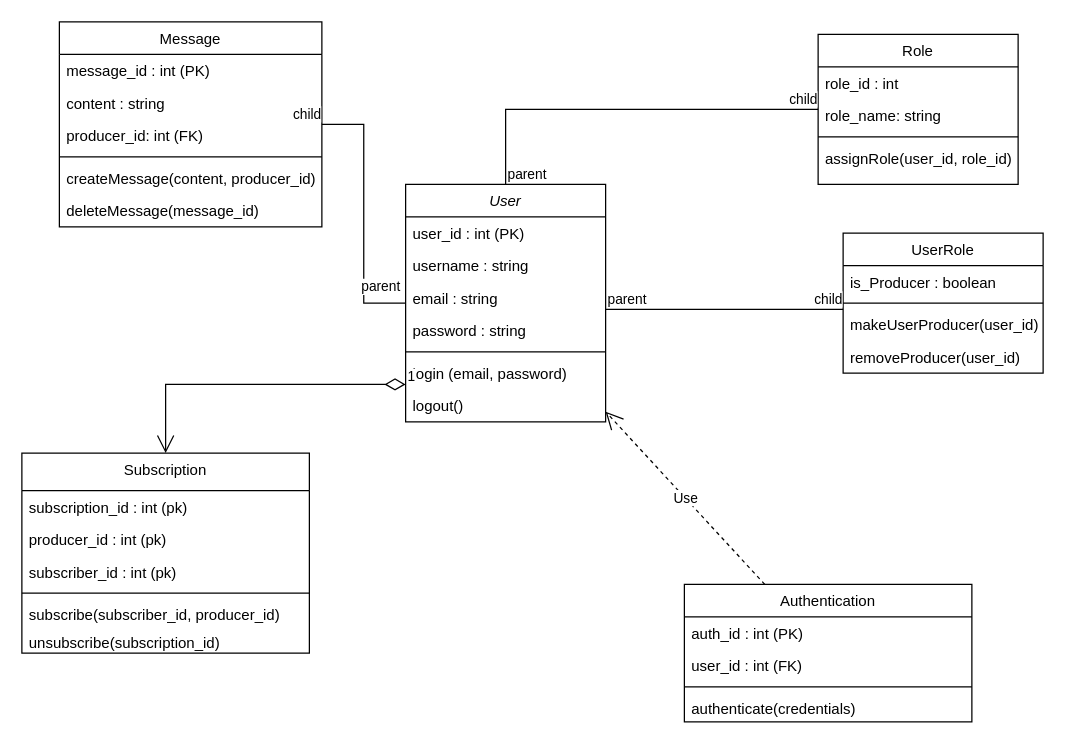
The draw.io diagram class diagram.drawio in anthony-som/usecase, before the edit. Source tidied: cells renumbered, new cells numbered last; positions are measured from the earlier drawing's top-left corner, leaving out a move shared by most shapes. Both pictures are drawn from the tidied source at 125%, with x=0, y=0 at pixel (21, 21).
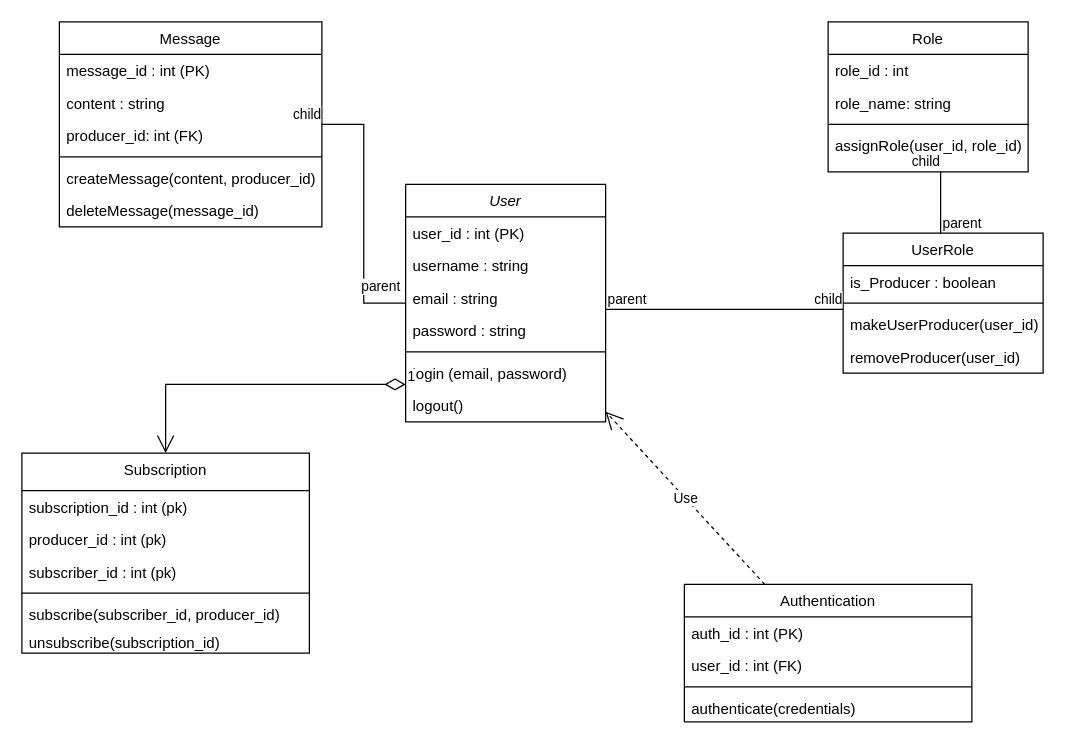
After the change.

The change refers to these unchanged cells:
```xml
<mxCell id="2" value="User" style="swimlane;fontStyle=2;align=center;verticalAlign=top;horizontal=1;startSize=26;rounded=0;shadow=0;strokeWidth=1;" parent="1" vertex="1">
  <mxGeometry x="307" y="130" width="160" height="190" as="geometry" />
</mxCell>
<mxCell id="17" value="UserRole" style="swimlane;fontStyle=0;align=center;verticalAlign=top;horizontal=1;startSize=26;rounded=0;shadow=0;strokeWidth=1;" parent="1" vertex="1">
  <mxGeometry x="657" y="169" width="160" height="112" as="geometry" />
</mxCell>
```

The edit, as a diff of the source:
```diff
@@
     <mxCell id="22" value="Role" style="swimlane;fontStyle=0;align=center;verticalAlign=top;horizontal=1;startSize=26;rounded=0;shadow=0;strokeWidth=1;" parent="1" vertex="1">
-      <mxGeometry x="637" y="10" width="160" height="120" as="geometry" />
+      <mxGeometry x="645" width="160" height="120" as="geometry" />
     </mxCell>
@@
-    <mxCell id="47" style="endArrow=none;html=1;edgeStyle=orthogonalEdgeStyle;rounded=0;" parent="1" edge="1" source="2" target="22">
+    <mxCell id="47" style="endArrow=none;html=1;edgeStyle=orthogonalEdgeStyle;rounded=0;" parent="1" edge="1" source="17" target="22">
       <mxGeometry relative="1" as="geometry">
         <Array as="points">
-          <mxPoint x="387" y="70" />
+          <mxPoint x="735" y="155" />
+          <mxPoint x="735" y="155" />
         </Array>
       </mxGeometry>
     </mxCell>
```
